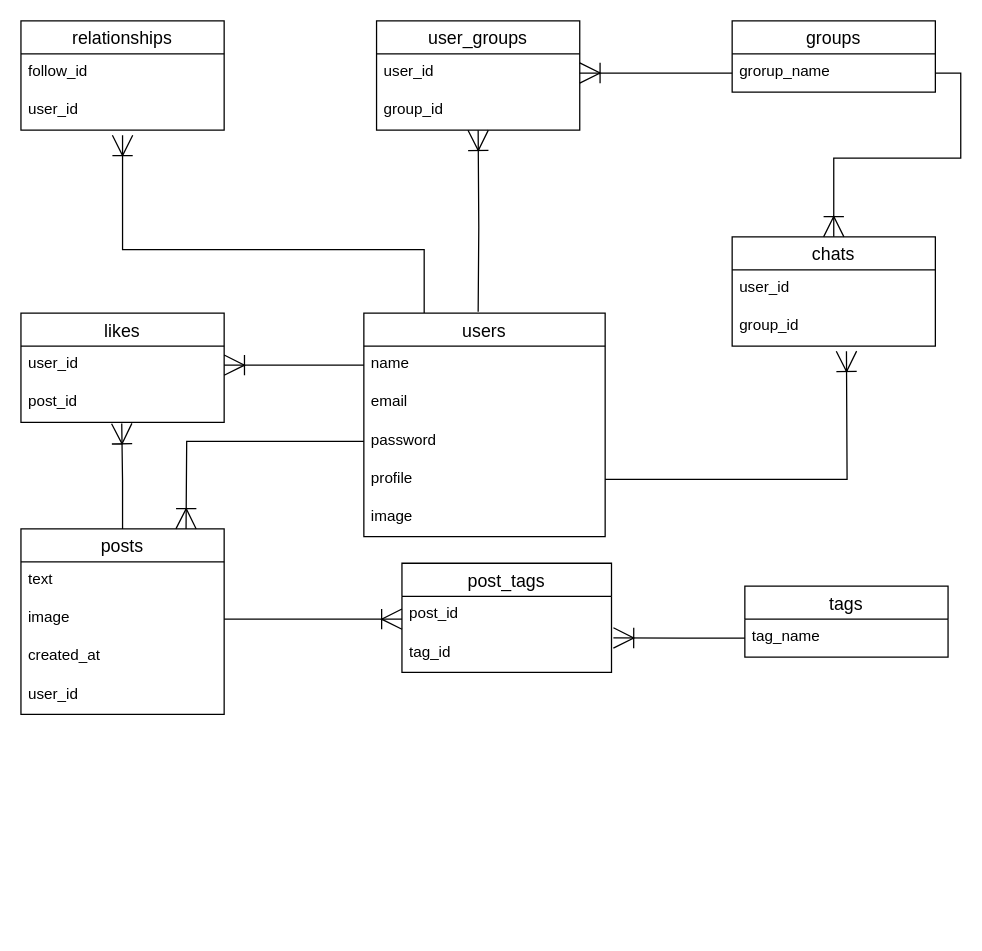
This is ER.dio from kokou2727/circlefriends, a draw.io file, before an edit. Source tidied: cells renumbered, new cells numbered last; positions are measured from the earlier drawing's top-left corner, leaving out a move shared by most shapes. Both pictures are drawn from the tidied source at 127%, with x=0, y=0 at pixel (20, 20).
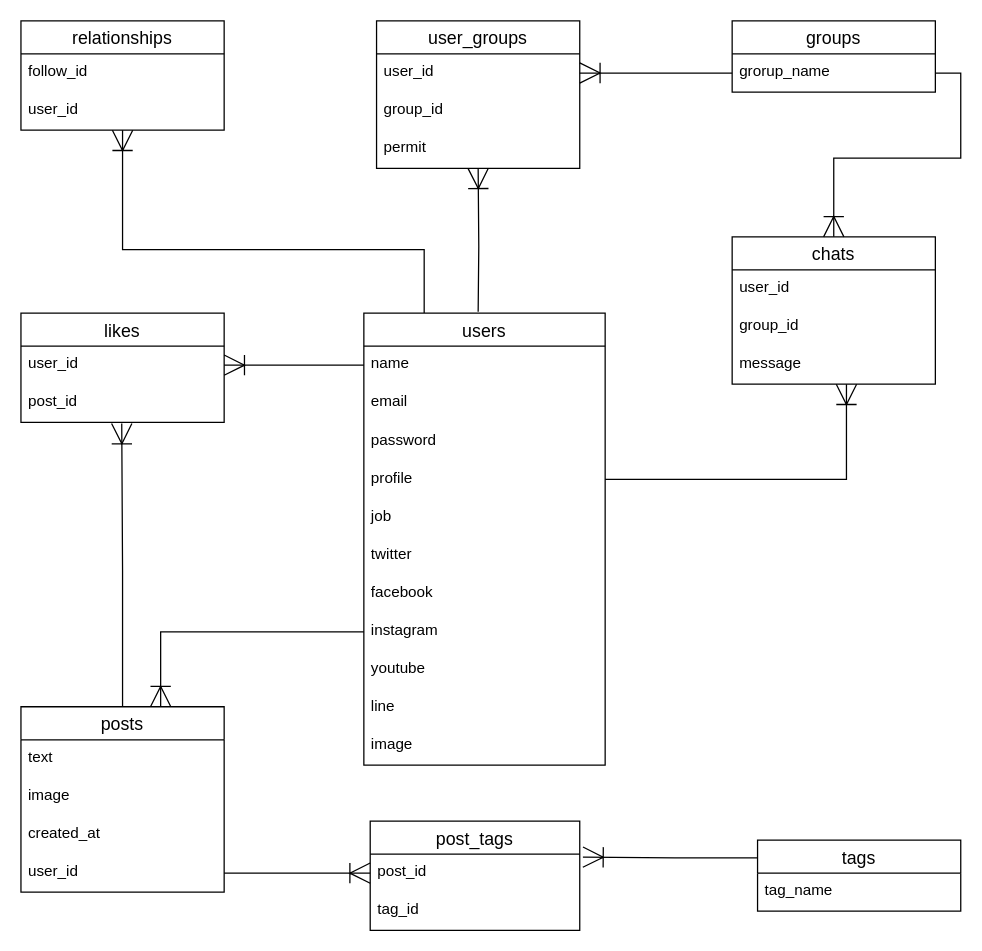
The same page after the edit.

The change refers to these unchanged cells:
```xml
<mxCell id="3" value="post_id" style="text;strokeColor=none;fillColor=none;spacingLeft=4;spacingRight=4;overflow=hidden;points=[[0,0.5],[1,0.5]];portConstraint=eastwest;fontSize=12;" parent="2" vertex="1">
  <mxGeometry y="26" width="165" height="30" as="geometry" />
</mxCell>
<mxCell id="4" value="tag_id" style="text;strokeColor=none;fillColor=none;spacingLeft=4;spacingRight=4;overflow=hidden;points=[[0,0.5],[1,0.5]];portConstraint=eastwest;fontSize=12;" parent="2" vertex="1">
  <mxGeometry y="56" width="165" height="30" as="geometry" />
</mxCell>
<mxCell id="10" value="user_id" style="text;strokeColor=none;fillColor=none;spacingLeft=4;spacingRight=4;overflow=hidden;points=[[0,0.5],[1,0.5]];portConstraint=eastwest;fontSize=12;" parent="8" vertex="1">
  <mxGeometry y="56" width="160" height="30" as="geometry" />
</mxCell>
<mxCell id="18" value="password" style="text;strokeColor=none;fillColor=none;spacingLeft=4;spacingRight=4;overflow=hidden;points=[[0,0.5],[1,0.5]];portConstraint=eastwest;fontSize=12;" parent="15" vertex="1">
  <mxGeometry y="86" width="190" height="30" as="geometry" />
</mxCell>
<mxCell id="19" value="profile" style="text;strokeColor=none;fillColor=none;spacingLeft=4;spacingRight=4;overflow=hidden;points=[[0,0.5],[1,0.5]];portConstraint=eastwest;fontSize=12;" parent="15" vertex="1">
  <mxGeometry y="116" width="190" height="30" as="geometry" />
</mxCell>
<mxCell id="25" value="tag_name" style="text;strokeColor=none;fillColor=none;spacingLeft=4;spacingRight=4;overflow=hidden;points=[[0,0.5],[1,0.5]];portConstraint=eastwest;fontSize=12;" parent="24" vertex="1">
  <mxGeometry y="26" width="160" height="30" as="geometry" />
</mxCell>
<mxCell id="32" value="image" style="text;strokeColor=none;fillColor=none;spacingLeft=4;spacingRight=4;overflow=hidden;points=[[0,0.5],[1,0.5]];portConstraint=eastwest;fontSize=12;" parent="30" vertex="1">
  <mxGeometry y="56" width="160" height="30" as="geometry" />
</mxCell>
<mxCell id="34" value="user_id" style="text;strokeColor=none;fillColor=none;spacingLeft=4;spacingRight=4;overflow=hidden;points=[[0,0.5],[1,0.5]];portConstraint=eastwest;fontSize=12;" parent="30" vertex="1">
  <mxGeometry y="116" width="160" height="30" as="geometry" />
</mxCell>
```

Change to the diagram source:
```diff
@@
     <mxCell id="2" value="post_tags" style="swimlane;fontStyle=0;horizontal=1;startSize=26;align=center;fontSize=14;" parent="1" vertex="1">
-      <mxGeometry x="300" y="427" width="165" height="86" as="geometry" />
+      <mxGeometry x="275" y="630" width="165" height="86" as="geometry" />
     </mxCell>
@@
-    <mxCell id="14" style="edgeStyle=orthogonalEdgeStyle;rounded=0;jettySize=auto;html=1;exitX=0.25;exitY=0;exitDx=0;exitDy=0;startSize=14;endArrow=ERoneToMany;endFill=0;endSize=14;" parent="1" edge="1" source="15">
+    <mxCell id="14" style="edgeStyle=orthogonalEdgeStyle;rounded=0;jettySize=auto;html=1;exitX=0.25;exitY=0;exitDx=0;exitDy=0;startSize=14;endArrow=ERoneToMany;endFill=0;endSize=14;" parent="1" edge="1" source="15" target="10">
       <mxGeometry relative="1" as="geometry">
-        <mxPoint x="80" y="90" as="targetPoint" />
         <Array as="points">
           <mxPoint x="318" y="180" />
           <mxPoint x="80" y="180" />
         </Array>
       </mxGeometry>
     </mxCell>
     <mxCell id="15" value="users" style="swimlane;fontStyle=0;horizontal=1;startSize=26;align=center;fontSize=14;" parent="1" vertex="1">
-      <mxGeometry x="270" y="230" width="190" height="176" as="geometry" />
+      <mxGeometry x="270" y="230" width="190" height="356" as="geometry" />
     </mxCell>
@@
-    <mxCell id="20" value="image" style="text;strokeColor=none;fillColor=none;spacingLeft=4;spacingRight=4;overflow=hidden;fontSize=12;" parent="15" vertex="1">
+    <mxCell id="20" value="job" style="text;strokeColor=none;fillColor=none;spacingLeft=4;spacingRight=4;overflow=hidden;fontSize=12;" parent="15" vertex="1">
       <mxGeometry y="146" width="190" height="30" as="geometry" />
     </mxCell>
+    <mxCell id="42" value="twitter" style="text;strokeColor=none;fillColor=none;spacingLeft=4;spacingRight=4;overflow=hidden;fontSize=12;" parent="15" vertex="1">
+      <mxGeometry y="176" width="190" height="30" as="geometry" />
+    </mxCell>
+    <mxCell id="43" value="facebook" style="text;strokeColor=none;fillColor=none;spacingLeft=4;spacingRight=4;overflow=hidden;fontSize=12;" parent="15" vertex="1">
+      <mxGeometry y="206" width="190" height="30" as="geometry" />
+    </mxCell>
+    <mxCell id="44" value="instagram" style="text;strokeColor=none;fillColor=none;spacingLeft=4;spacingRight=4;overflow=hidden;points=[[0,0.5],[1,0.5]];portConstraint=eastwest;fontSize=12;" parent="15" vertex="1">
+      <mxGeometry y="236" width="190" height="30" as="geometry" />
+    </mxCell>
+    <mxCell id="45" value="youtube" style="text;strokeColor=none;fillColor=none;spacingLeft=4;spacingRight=4;overflow=hidden;fontSize=12;" parent="15" vertex="1">
+      <mxGeometry y="266" width="190" height="30" as="geometry" />
+    </mxCell>
+    <mxCell id="46" value="line" style="text;strokeColor=none;fillColor=none;spacingLeft=4;spacingRight=4;overflow=hidden;fontSize=12;" parent="15" vertex="1">
+      <mxGeometry y="296" width="190" height="30" as="geometry" />
+    </mxCell>
+    <mxCell id="47" value="image" style="text;strokeColor=none;fillColor=none;spacingLeft=4;spacingRight=4;overflow=hidden;fontSize=12;" parent="15" vertex="1">
+      <mxGeometry y="326" width="190" height="30" as="geometry" />
+    </mxCell>
     <mxCell id="21" value="chats" style="swimlane;fontStyle=0;horizontal=1;startSize=26;align=center;fontSize=14;" parent="1" vertex="1">
-      <mxGeometry x="560" y="170" width="160" height="86" as="geometry" />
+      <mxGeometry x="560" y="170" width="160" height="116" as="geometry" />
     </mxCell>
@@
+    <mxCell id="48" value="message" style="text;strokeColor=none;fillColor=none;spacingLeft=4;spacingRight=4;overflow=hidden;fontSize=12;" parent="21" vertex="1">
+      <mxGeometry y="86" width="160" height="30" as="geometry" />
+    </mxCell>
+    <mxCell id="49" style="edgeStyle=orthogonalEdgeStyle;rounded=0;jettySize=auto;html=1;exitX=0;exitY=0.25;exitDx=0;exitDy=0;entryX=1.015;entryY=0.08;entryDx=0;entryDy=0;entryPerimeter=0;endSize=14;startSize=14;endArrow=ERoneToMany;endFill=0;" parent="1" edge="1" source="24" target="3">
+      <mxGeometry relative="1" as="geometry" />
+    </mxCell>
     <mxCell id="24" value="tags" style="swimlane;fontStyle=0;horizontal=1;startSize=26;align=center;fontSize=14;" parent="1" vertex="1">
-      <mxGeometry x="570" y="445" width="160" height="56" as="geometry" />
+      <mxGeometry x="580" y="645" width="160" height="56" as="geometry" />
     </mxCell>
@@
     <mxCell id="26" value="user_groups" style="swimlane;fontStyle=0;horizontal=1;startSize=26;align=center;fontSize=14;" parent="1" vertex="1">
-      <mxGeometry x="280" width="160" height="86" as="geometry" />
+      <mxGeometry x="280" width="160" height="116" as="geometry" />
     </mxCell>
@@
+    <mxCell id="50" value="permit" style="text;strokeColor=none;fillColor=none;spacingLeft=4;spacingRight=4;overflow=hidden;fontSize=12;" parent="26" vertex="1">
+      <mxGeometry y="86" width="160" height="30" as="geometry" />
+    </mxCell>
@@
     <mxCell id="30" value="posts" style="swimlane;fontStyle=0;horizontal=1;startSize=26;align=center;fontSize=14;" parent="1" vertex="1">
-      <mxGeometry y="400" width="160" height="146" as="geometry" />
+      <mxGeometry y="540" width="160" height="146" as="geometry" />
     </mxCell>
@@
-    <mxCell id="36" style="edgeStyle=orthogonalEdgeStyle;rounded=0;jettySize=auto;html=1;exitX=0;exitY=0.5;exitDx=0;exitDy=0;startSize=14;endArrow=ERoneToMany;endFill=0;endSize=14;" parent="1" edge="1" source="18">
-      <mxGeometry relative="1" as="geometry">
-        <mxPoint x="130" y="400" as="targetPoint" />
-      </mxGeometry>
-    </mxCell>
-    <mxCell id="37" style="edgeStyle=orthogonalEdgeStyle;rounded=0;jettySize=auto;html=1;exitX=1;exitY=0.5;exitDx=0;exitDy=0;startSize=14;endArrow=ERoneToMany;endFill=0;endSize=14;" parent="1" edge="1" source="32">
-      <mxGeometry relative="1" as="geometry">
-        <mxPoint x="300" y="471" as="targetPoint" />
-      </mxGeometry>
-    </mxCell>
-    <mxCell id="38" style="edgeStyle=orthogonalEdgeStyle;rounded=0;jettySize=auto;html=1;exitX=0;exitY=0.5;exitDx=0;exitDy=0;entryX=1.009;entryY=0.093;entryDx=0;entryDy=0;entryPerimeter=0;startSize=14;endArrow=ERoneToMany;endFill=0;endSize=14;" parent="1" edge="1" source="25" target="4">
-      <mxGeometry relative="1" as="geometry" />
-    </mxCell>
@@
-    <mxCell id="41" style="edgeStyle=orthogonalEdgeStyle;rounded=0;jettySize=auto;html=1;exitX=1;exitY=0.5;exitDx=0;exitDy=0;startSize=14;endArrow=ERoneToMany;endFill=0;endSize=14;" parent="1" edge="1" source="19">
+    <mxCell id="41" style="edgeStyle=orthogonalEdgeStyle;rounded=0;jettySize=auto;html=1;exitX=1;exitY=0.5;exitDx=0;exitDy=0;startSize=14;endArrow=ERoneToMany;endFill=0;endSize=14;" parent="1" edge="1" source="19" target="21">
       <mxGeometry relative="1" as="geometry">
-        <mxPoint x="650" y="260" as="targetPoint" />
+        <Array as="points">
+          <mxPoint x="650" y="361" />
+        </Array>
       </mxGeometry>
     </mxCell>
+    <mxCell id="51" style="edgeStyle=orthogonalEdgeStyle;rounded=0;jettySize=auto;html=1;exitX=1;exitY=0.5;exitDx=0;exitDy=0;entryX=0;entryY=0.5;entryDx=0;entryDy=0;endArrow=ERoneToMany;endFill=0;endSize=14;startSize=14;" parent="1" edge="1" source="34" target="3">
+      <mxGeometry relative="1" as="geometry" />
+    </mxCell>
+    <mxCell id="52" style="edgeStyle=orthogonalEdgeStyle;rounded=0;jettySize=auto;html=1;exitX=0;exitY=0.5;exitDx=0;exitDy=0;endArrow=ERoneToMany;endFill=0;endSize=14;startSize=14;" parent="1" edge="1" source="44" target="30">
+      <mxGeometry relative="1" as="geometry">
+        <Array as="points">
+          <mxPoint x="110" y="481" />
+        </Array>
+      </mxGeometry>
+    </mxCell>
```
